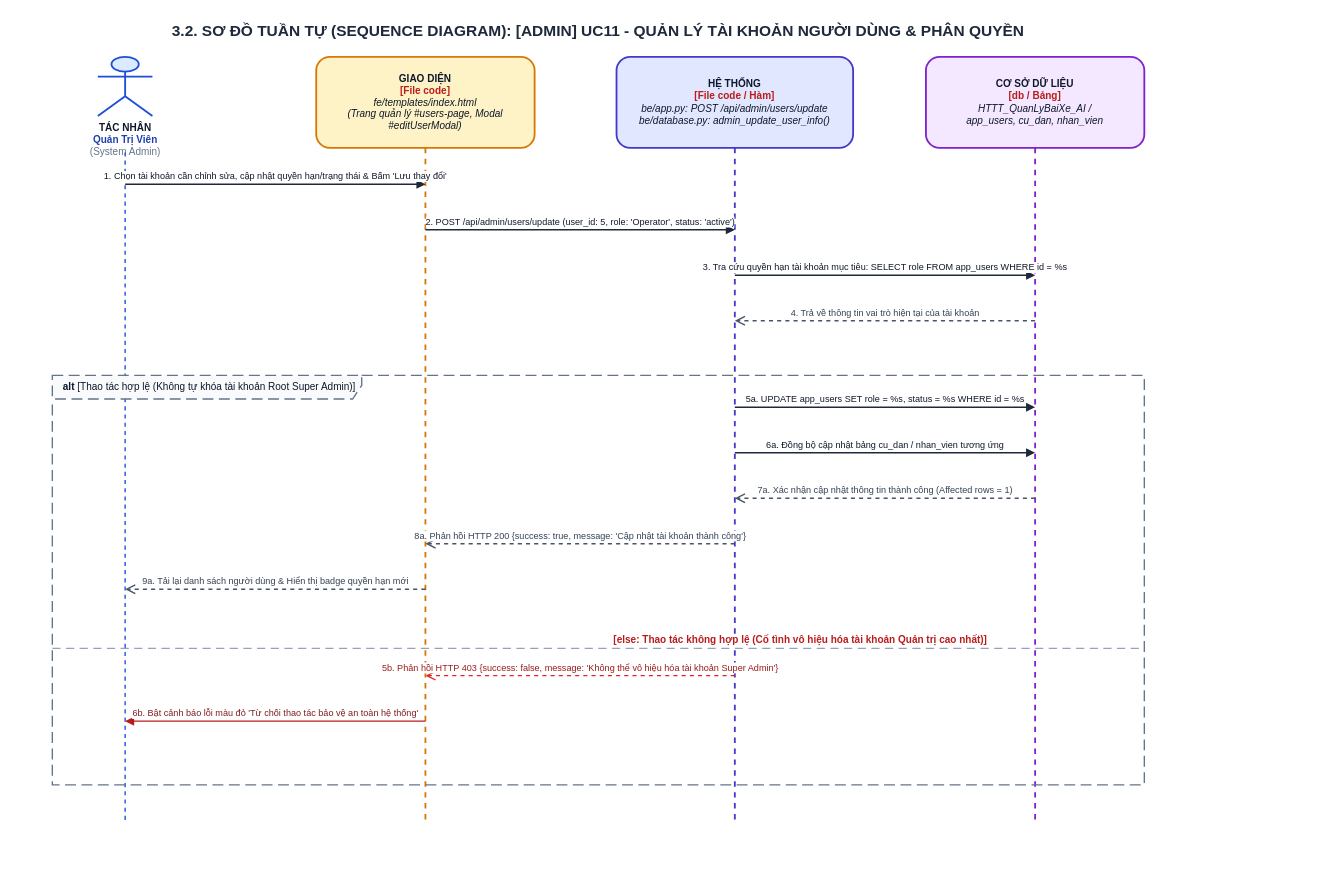
Before: ongthanquoctruong_24CT2_cnpm/docs/drawio/uc11_admin_user_mgmt.drawio in Truong027/CNPM24, a draw.io diagram. Source tidied: cells renumbered, new cells numbered last; positions are measured from the earlier drawing's top-left corner, leaving out a move shared by most shapes. Both pictures are drawn from the tidied source at 91%, with x=0, y=0 at pixel (15, 15).
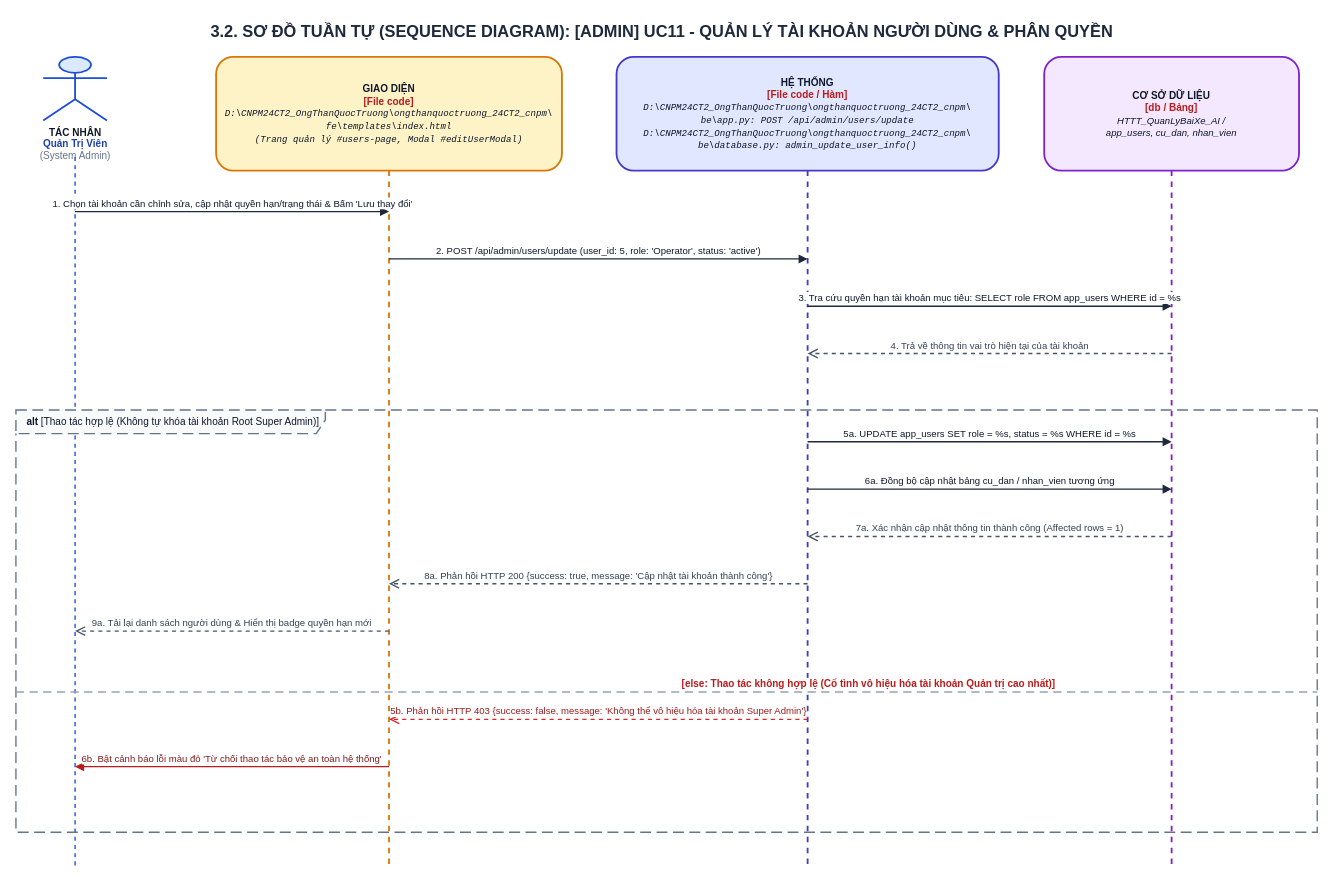
The same diagram, later.

The edit, as a diff of the source:
```diff
@@
-    <mxCell id="2" value="&lt;b&gt;3.2. SƠ ĐỒ TUẦN TỰ (SEQUENCE DIAGRAM): [ADMIN] UC11 - QUẢN LÝ TÀI KHOẢN NGƯỜI DÙNG &amp; PHÂN QUYỀN&lt;/b&gt;" style="text;html=1;strokeColor=none;fillColor=none;align=center;verticalAlign=middle;whiteSpace=wrap;rounded=0;fontSize=17;fontColor=#1E293B;fontStyle=1;" parent="1" vertex="1">
-      <mxGeometry width="1280" height="35" as="geometry" />
+    <mxCell id="2" value="&lt;b&gt;3.2. SƠ ĐỒ TUẦN TỰ (SEQUENCE DIAGRAM): [ADMIN] UC11 - QUẢN LÝ TÀI KHOẢN NGƯỜI DÙNG &amp; PHÂN QUYỀN&lt;/b&gt;" style="text;html=1;strokeColor=none;fillColor=none;align=center;verticalAlign=middle;whiteSpace=wrap;rounded=0;fontSize=18;fontColor=#1E293B;fontStyle=1;" parent="1" vertex="1">
+      <mxGeometry width="1420" height="35" as="geometry" />
     </mxCell>
     <mxCell id="3" value="&lt;b&gt;TÁC NHÂN&lt;/b&gt;&lt;br/&gt;&lt;font color='#1E40AF'&gt;&lt;b&gt;Quản Trị Viên&lt;/b&gt;&lt;/font&gt;&lt;br/&gt;&lt;font color='#64748B'&gt;(System Admin)&lt;/font&gt;" style="shape=umlActor;verticalLabelPosition=bottom;verticalAlign=top;html=1;fillColor=#DBEAFE;strokeColor=#1D4ED8;strokeWidth=2;fontSize=11;fontColor=#0F172A;align=center;" parent="1" vertex="1">
-      <mxGeometry x="90" y="45" width="60" height="65" as="geometry" />
+      <mxGeometry x="30" y="45" width="70" height="70" as="geometry" />
     </mxCell>
     <mxCell id="4" style="endArrow=none;dashed=1;html=1;strokeWidth=1.5;strokeColor=#1D4ED8;" parent="1" edge="1">
       <mxGeometry relative="1" as="geometry">
-        <mxPoint x="120" y="150" as="sourcePoint" />
-        <mxPoint x="120" y="885" as="targetPoint" />
+        <mxPoint x="65" y="155" as="sourcePoint" />
+        <mxPoint x="65" y="937" as="targetPoint" />
       </mxGeometry>
     </mxCell>
-    <mxCell id="5" value="&lt;b&gt;GIAO DIỆN&lt;/b&gt;&lt;br/&gt;&lt;font color='#B91C1C'&gt;&lt;b&gt;[File code]&lt;/b&gt;&lt;/font&gt;&lt;br/&gt;&lt;i&gt;fe/templates/index.html&lt;br/&gt;(Trang quản lý #users-page, Modal #editUserModal)&lt;/i&gt;" style="shape=umlLifeline;perimeter=lifelinePerimeter;whiteSpace=wrap;html=1;size=100;fillColor=#FEF3C7;strokeColor=#D97706;strokeWidth=2;fontColor=#0F172A;rounded=1;shadow=0;fontSize=11;align=center;" parent="1" vertex="1">
-      <mxGeometry x="330" y="45" width="240" height="840" as="geometry" />
+    <mxCell id="5" value="&lt;b&gt;GIAO DIỆN&lt;/b&gt;&lt;br/&gt;&lt;font color='#B91C1C'&gt;&lt;b&gt;[File code]&lt;/b&gt;&lt;/font&gt;&lt;br/&gt;&lt;font style='font-size: 10px; font-family: Consolas, monospace;'&gt;&lt;i&gt;D:\CNPM24CT2_OngThanQuocTruong\ongthanquoctruong_24CT2_cnpm\&lt;br/&gt;fe\templates\index.html&lt;br/&gt;(Trang quản lý #users-page, Modal #editUserModal)&lt;/i&gt;&lt;/font&gt;" style="shape=umlLifeline;perimeter=lifelinePerimeter;whiteSpace=wrap;html=1;size=125;fillColor=#FEF3C7;strokeColor=#D97706;strokeWidth=2;fontColor=#0F172A;rounded=1;shadow=0;fontSize=11;align=center;" parent="1" vertex="1">
+      <mxGeometry x="220" y="45" width="380" height="892" as="geometry" />
     </mxCell>
-    <mxCell id="6" value="&lt;b&gt;HỆ THỐNG&lt;/b&gt;&lt;br/&gt;&lt;font color='#B91C1C'&gt;&lt;b&gt;[File code / Hàm]&lt;/b&gt;&lt;/font&gt;&lt;br/&gt;&lt;i&gt;be/app.py: POST /api/admin/users/update&lt;br/&gt;be/database.py: admin_update_user_info()&lt;/i&gt;" style="shape=umlLifeline;perimeter=lifelinePerimeter;whiteSpace=wrap;html=1;size=100;fillColor=#E0E7FF;strokeColor=#4338CA;strokeWidth=2;fontColor=#0F172A;rounded=1;shadow=0;fontSize=11;align=center;" parent="1" vertex="1">
-      <mxGeometry x="660" y="45" width="260" height="840" as="geometry" />
+    <mxCell id="6" value="&lt;b&gt;HỆ THỐNG&lt;/b&gt;&lt;br/&gt;&lt;font color='#B91C1C'&gt;&lt;b&gt;[File code / Hàm]&lt;/b&gt;&lt;/font&gt;&lt;br/&gt;&lt;font style='font-size: 10px; font-family: Consolas, monospace;'&gt;&lt;i&gt;D:\CNPM24CT2_OngThanQuocTruong\ongthanquoctruong_24CT2_cnpm\&lt;br/&gt;be\app.py: POST /api/admin/users/update&lt;br/&gt;D:\CNPM24CT2_OngThanQuocTruong\ongthanquoctruong_24CT2_cnpm\&lt;br/&gt;be\database.py: admin_update_user_info()&lt;/i&gt;&lt;/font&gt;" style="shape=umlLifeline;perimeter=lifelinePerimeter;whiteSpace=wrap;html=1;size=125;fillColor=#E0E7FF;strokeColor=#4338CA;strokeWidth=2;fontColor=#0F172A;rounded=1;shadow=0;fontSize=11;align=center;" parent="1" vertex="1">
+      <mxGeometry x="660" y="45" width="420" height="892" as="geometry" />
     </mxCell>
-    <mxCell id="7" value="&lt;b&gt;CƠ SỞ DỮ LIỆU&lt;/b&gt;&lt;br/&gt;&lt;font color='#B91C1C'&gt;&lt;b&gt;[db / Bảng]&lt;/b&gt;&lt;/font&gt;&lt;br/&gt;&lt;i&gt;HTTT_QuanLyBaiXe_AI /&lt;br/&gt;app_users, cu_dan, nhan_vien&lt;/i&gt;" style="shape=umlLifeline;perimeter=lifelinePerimeter;whiteSpace=wrap;html=1;size=100;fillColor=#F3E8FF;strokeColor=#7E22CE;strokeWidth=2;fontColor=#0F172A;rounded=1;shadow=0;fontSize=11;align=center;" parent="1" vertex="1">
-      <mxGeometry x="1000" y="45" width="240" height="840" as="geometry" />
+    <mxCell id="7" value="&lt;b&gt;CƠ SỞ DỮ LIỆU&lt;/b&gt;&lt;br/&gt;&lt;font color='#B91C1C'&gt;&lt;b&gt;[db / Bảng]&lt;/b&gt;&lt;/font&gt;&lt;br/&gt;&lt;font style='font-size: 10.5px;'&gt;&lt;i&gt;HTTT_QuanLyBaiXe_AI /&lt;br/&gt;app_users, cu_dan, nhan_vien&lt;/i&gt;&lt;/font&gt;" style="shape=umlLifeline;perimeter=lifelinePerimeter;whiteSpace=wrap;html=1;size=125;fillColor=#F3E8FF;strokeColor=#7E22CE;strokeWidth=2;fontColor=#0F172A;rounded=1;shadow=0;fontSize=11;align=center;" parent="1" vertex="1">
+      <mxGeometry x="1130" y="45" width="280" height="892" as="geometry" />
     </mxCell>
-    <mxCell id="8" value="1. Chọn tài khoản cần chỉnh sửa, cập nhật quyền hạn/trạng thái &amp; Bấm 'Lưu thay đổi'" style="html=1;verticalAlign=bottom;endArrow=block;rounded=0;strokeColor=#1E293B;strokeWidth=1.5;fontColor=#0F172A;fontSize=10;" parent="1" edge="1">
+    <mxCell id="8" value="1. Chọn tài khoản cần chỉnh sửa, cập nhật quyền hạn/trạng thái &amp; Bấm 'Lưu thay đổi'" style="html=1;verticalAlign=bottom;endArrow=block;rounded=0;strokeColor=#1E293B;strokeWidth=1.5;fontColor=#0F172A;fontSize=10.5;" parent="1" edge="1">
       <mxGeometry relative="1" as="geometry">
-        <mxPoint x="120" y="185" as="sourcePoint" />
-        <mxPoint x="450" y="185" as="targetPoint" />
+        <mxPoint x="65" y="215" as="sourcePoint" />
+        <mxPoint x="410" y="215" as="targetPoint" />
       </mxGeometry>
     </mxCell>
-    <mxCell id="9" value="2. POST /api/admin/users/update (user_id: 5, role: 'Operator', status: 'active')" style="html=1;verticalAlign=bottom;endArrow=block;rounded=0;strokeColor=#1E293B;strokeWidth=1.5;fontColor=#0F172A;fontSize=10;" parent="1" edge="1">
+    <mxCell id="9" value="2. POST /api/admin/users/update (user_id: 5, role: 'Operator', status: 'active')" style="html=1;verticalAlign=bottom;endArrow=block;rounded=0;strokeColor=#1E293B;strokeWidth=1.5;fontColor=#0F172A;fontSize=10.5;" parent="1" edge="1">
       <mxGeometry relative="1" as="geometry">
-        <mxPoint x="450" y="235" as="sourcePoint" />
-        <mxPoint x="790" y="235" as="targetPoint" />
+        <mxPoint x="410" y="267" as="sourcePoint" />
+        <mxPoint x="870" y="267" as="targetPoint" />
       </mxGeometry>
     </mxCell>
-    <mxCell id="10" value="3. Tra cứu quyền hạn tài khoản mục tiêu: SELECT role FROM app_users WHERE id = %s" style="html=1;verticalAlign=bottom;endArrow=block;rounded=0;strokeColor=#1E293B;strokeWidth=1.5;fontColor=#0F172A;fontSize=10;" parent="1" edge="1">
+    <mxCell id="10" value="3. Tra cứu quyền hạn tài khoản mục tiêu: SELECT role FROM app_users WHERE id = %s" style="html=1;verticalAlign=bottom;endArrow=block;rounded=0;strokeColor=#1E293B;strokeWidth=1.5;fontColor=#0F172A;fontSize=10.5;" parent="1" edge="1">
       <mxGeometry relative="1" as="geometry">
-        <mxPoint x="790" y="285" as="sourcePoint" />
-        <mxPoint x="1120" y="285" as="targetPoint" />
+        <mxPoint x="870" y="319" as="sourcePoint" />
+        <mxPoint x="1270" y="319" as="targetPoint" />
       </mxGeometry>
     </mxCell>
-    <mxCell id="11" value="4. Trả về thông tin vai trò hiện tại của tài khoản" style="html=1;verticalAlign=bottom;endArrow=open;dashed=1;endSize=8;rounded=0;strokeColor=#475569;strokeWidth=1.5;fontColor=#334155;fontSize=10;" parent="1" edge="1">
+    <mxCell id="11" value="4. Trả về thông tin vai trò hiện tại của tài khoản" style="html=1;verticalAlign=bottom;endArrow=open;dashed=1;endSize=8;rounded=0;strokeColor=#475569;strokeWidth=1.5;fontColor=#334155;fontSize=10.5;" parent="1" edge="1">
       <mxGeometry relative="1" as="geometry">
-        <mxPoint x="1120" y="335" as="sourcePoint" />
-        <mxPoint x="790" y="335" as="targetPoint" />
+        <mxPoint x="1270" y="371" as="sourcePoint" />
+        <mxPoint x="870" y="371" as="targetPoint" />
       </mxGeometry>
     </mxCell>
     <mxCell id="12" value="&lt;b&gt;alt&lt;/b&gt; [Thao tác hợp lệ (Không tự khóa tài khoản Root Super Admin)]" style="shape=umlFrame;whiteSpace=wrap;html=1;width=340;height=26;dashed=1;dashPattern=8 4;strokeColor=#64748B;fillColor=#F8FAFC;strokeWidth=1.5;align=left;spacingLeft=10;verticalAlign=top;fontStyle=0;fontSize=11;fontColor=#0F172A;" parent="1" vertex="1">
-      <mxGeometry x="40" y="395" width="1200" height="450" as="geometry" />
+      <mxGeometry y="433" width="1430" height="464" as="geometry" />
     </mxCell>
-    <mxCell id="13" value="5a. UPDATE app_users SET role = %s, status = %s WHERE id = %s" style="html=1;verticalAlign=bottom;endArrow=block;rounded=0;strokeColor=#1E293B;strokeWidth=1.5;fontColor=#0F172A;fontSize=10;" parent="1" edge="1">
+    <mxCell id="13" value="5a. UPDATE app_users SET role = %s, status = %s WHERE id = %s" style="html=1;verticalAlign=bottom;endArrow=block;rounded=0;strokeColor=#1E293B;strokeWidth=1.5;fontColor=#0F172A;fontSize=10.5;" parent="1" edge="1">
       <mxGeometry relative="1" as="geometry">
-        <mxPoint x="790" y="430" as="sourcePoint" />
-        <mxPoint x="1120" y="430" as="targetPoint" />
+        <mxPoint x="870" y="468" as="sourcePoint" />
+        <mxPoint x="1270" y="468" as="targetPoint" />
       </mxGeometry>
     </mxCell>
-    <mxCell id="14" value="6a. Đồng bộ cập nhật bảng cu_dan / nhan_vien tương ứng" style="html=1;verticalAlign=bottom;endArrow=block;rounded=0;strokeColor=#1E293B;strokeWidth=1.5;fontColor=#0F172A;fontSize=10;" parent="1" edge="1">
+    <mxCell id="14" value="6a. Đồng bộ cập nhật bảng cu_dan / nhan_vien tương ứng" style="html=1;verticalAlign=bottom;endArrow=block;rounded=0;strokeColor=#1E293B;strokeWidth=1.5;fontColor=#0F172A;fontSize=10.5;" parent="1" edge="1">
       <mxGeometry relative="1" as="geometry">
-        <mxPoint x="790" y="480" as="sourcePoint" />
-        <mxPoint x="1120" y="480" as="targetPoint" />
+        <mxPoint x="870" y="520" as="sourcePoint" />
+        <mxPoint x="1270" y="520" as="targetPoint" />
       </mxGeometry>
     </mxCell>
-    <mxCell id="15" value="7a. Xác nhận cập nhật thông tin thành công (Affected rows = 1)" style="html=1;verticalAlign=bottom;endArrow=open;dashed=1;endSize=8;rounded=0;strokeColor=#475569;strokeWidth=1.5;fontColor=#334155;fontSize=10;" parent="1" edge="1">
+    <mxCell id="15" value="7a. Xác nhận cập nhật thông tin thành công (Affected rows = 1)" style="html=1;verticalAlign=bottom;endArrow=open;dashed=1;endSize=8;rounded=0;strokeColor=#475569;strokeWidth=1.5;fontColor=#334155;fontSize=10.5;" parent="1" edge="1">
       <mxGeometry relative="1" as="geometry">
-        <mxPoint x="1120" y="530" as="sourcePoint" />
-        <mxPoint x="790" y="530" as="targetPoint" />
+        <mxPoint x="1270" y="572" as="sourcePoint" />
+        <mxPoint x="870" y="572" as="targetPoint" />
       </mxGeometry>
     </mxCell>
-    <mxCell id="16" value="8a. Phản hồi HTTP 200 {success: true, message: 'Cập nhật tài khoản thành công'}" style="html=1;verticalAlign=bottom;endArrow=open;dashed=1;endSize=8;rounded=0;strokeColor=#475569;strokeWidth=1.5;fontColor=#334155;fontSize=10;" parent="1" edge="1">
+    <mxCell id="16" value="8a. Phản hồi HTTP 200 {success: true, message: 'Cập nhật tài khoản thành công'}" style="html=1;verticalAlign=bottom;endArrow=open;dashed=1;endSize=8;rounded=0;strokeColor=#475569;strokeWidth=1.5;fontColor=#334155;fontSize=10.5;" parent="1" edge="1">
       <mxGeometry relative="1" as="geometry">
-        <mxPoint x="790" y="580" as="sourcePoint" />
-        <mxPoint x="450" y="580" as="targetPoint" />
+        <mxPoint x="870" y="624" as="sourcePoint" />
+        <mxPoint x="410" y="624" as="targetPoint" />
       </mxGeometry>
     </mxCell>
-    <mxCell id="17" value="9a. Tải lại danh sách người dùng &amp; Hiển thị badge quyền hạn mới" style="html=1;verticalAlign=bottom;endArrow=open;dashed=1;endSize=8;rounded=0;strokeColor=#475569;strokeWidth=1.5;fontColor=#334155;fontSize=10;" parent="1" edge="1">
+    <mxCell id="17" value="9a. Tải lại danh sách người dùng &amp; Hiển thị badge quyền hạn mới" style="html=1;verticalAlign=bottom;endArrow=open;dashed=1;endSize=8;rounded=0;strokeColor=#475569;strokeWidth=1.5;fontColor=#334155;fontSize=10.5;" parent="1" edge="1">
       <mxGeometry relative="1" as="geometry">
-        <mxPoint x="450" y="630" as="sourcePoint" />
-        <mxPoint x="120" y="630" as="targetPoint" />
+        <mxPoint x="410" y="676" as="sourcePoint" />
+        <mxPoint x="65" y="676" as="targetPoint" />
       </mxGeometry>
     </mxCell>
     <mxCell id="18" value="&lt;b&gt;[else: Thao tác không hợp lệ (Cố tình vô hiệu hóa tài khoản Quản trị cao nhất)]&lt;/b&gt;" style="html=1;strokeWidth=1.5;strokeColor=#94A3B8;dashed=1;dashPattern=6 4;endArrow=none;align=left;verticalAlign=bottom;spacingLeft=15;fontColor=#B91C1C;fontSize=11;fontStyle=0;" parent="1" edge="1">
       <mxGeometry relative="1" as="geometry">
-        <mxPoint x="40" y="695" as="sourcePoint" />
-        <mxPoint x="1240" y="695" as="targetPoint" />
+        <mxPoint y="743" as="sourcePoint" />
+        <mxPoint x="1430" y="743" as="targetPoint" />
       </mxGeometry>
     </mxCell>
-    <mxCell id="19" value="5b. Phản hồi HTTP 403 {success: false, message: 'Không thể vô hiệu hóa tài khoản Super Admin'}" style="html=1;verticalAlign=bottom;endArrow=open;dashed=1;endSize=8;rounded=0;strokeColor=#DC2626;strokeWidth=1.5;fontColor=#991B1B;fontSize=10;" parent="1" edge="1">
+    <mxCell id="19" value="5b. Phản hồi HTTP 403 {success: false, message: 'Không thể vô hiệu hóa tài khoản Super Admin'}" style="html=1;verticalAlign=bottom;endArrow=open;dashed=1;endSize=8;rounded=0;strokeColor=#DC2626;strokeWidth=1.5;fontColor=#991B1B;fontSize=10.5;" parent="1" edge="1">
       <mxGeometry relative="1" as="geometry">
-        <mxPoint x="790" y="725" as="sourcePoint" />
-        <mxPoint x="450" y="725" as="targetPoint" />
+        <mxPoint x="870" y="773" as="sourcePoint" />
+        <mxPoint x="410" y="773" as="targetPoint" />
       </mxGeometry>
     </mxCell>
-    <mxCell id="20" value="6b. Bật cảnh báo lỗi màu đỏ 'Từ chối thao tác bảo vệ an toàn hệ thống'" style="html=1;verticalAlign=bottom;endArrow=block;rounded=0;strokeColor=#B91C1C;strokeWidth=1.5;fontColor=#7F1D1D;fontSize=10;" parent="1" edge="1">
+    <mxCell id="20" value="6b. Bật cảnh báo lỗi màu đỏ 'Từ chối thao tác bảo vệ an toàn hệ thống'" style="html=1;verticalAlign=bottom;endArrow=block;rounded=0;strokeColor=#B91C1C;strokeWidth=1.5;fontColor=#7F1D1D;fontSize=10.5;" parent="1" edge="1">
       <mxGeometry relative="1" as="geometry">
-        <mxPoint x="450" y="775" as="sourcePoint" />
-        <mxPoint x="120" y="775" as="targetPoint" />
+        <mxPoint x="410" y="825" as="sourcePoint" />
+        <mxPoint x="65" y="825" as="targetPoint" />
       </mxGeometry>
     </mxCell>
```
